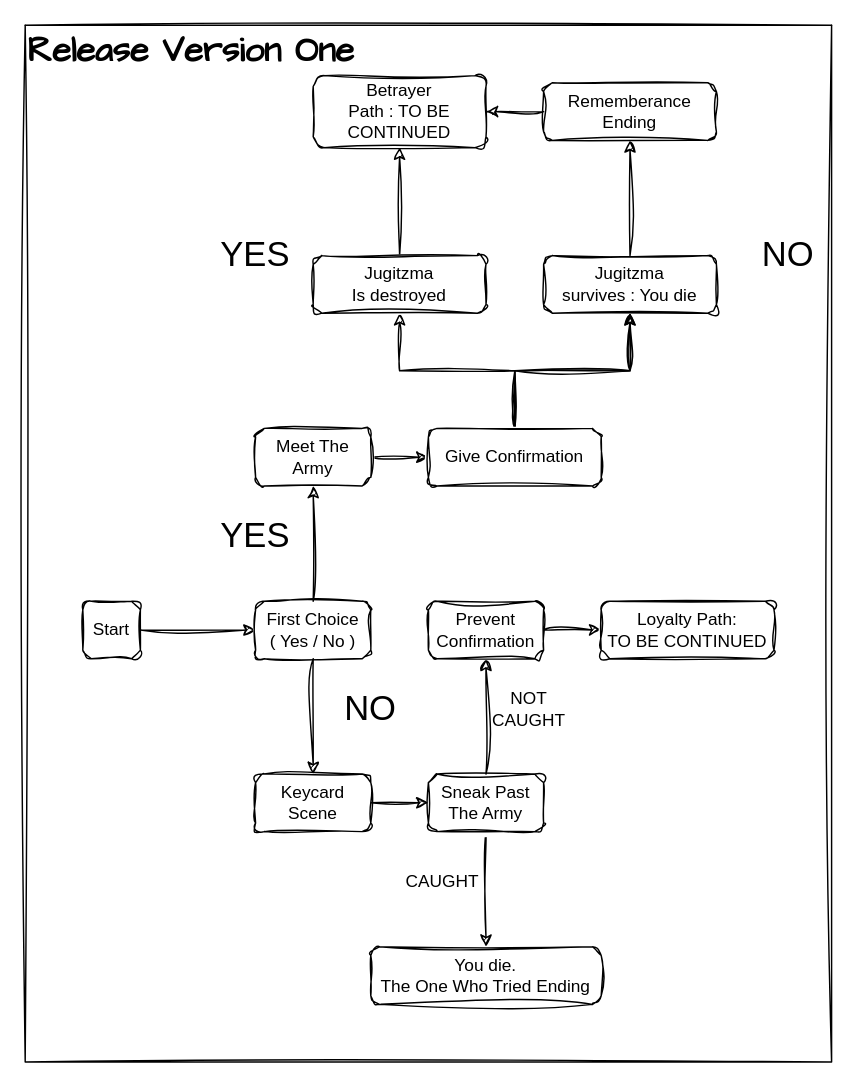
Above: dev/gameplayOutline.drawio in sphis-sinco/fiouth (draw.io), before the change. Source tidied: cells renumbered, new cells numbered last; positions are measured from the earlier drawing's top-left corner, leaving out a move shared by most shapes. Both pictures are drawn from the tidied source at 144%, with x=0, y=0 at pixel (24, 24).
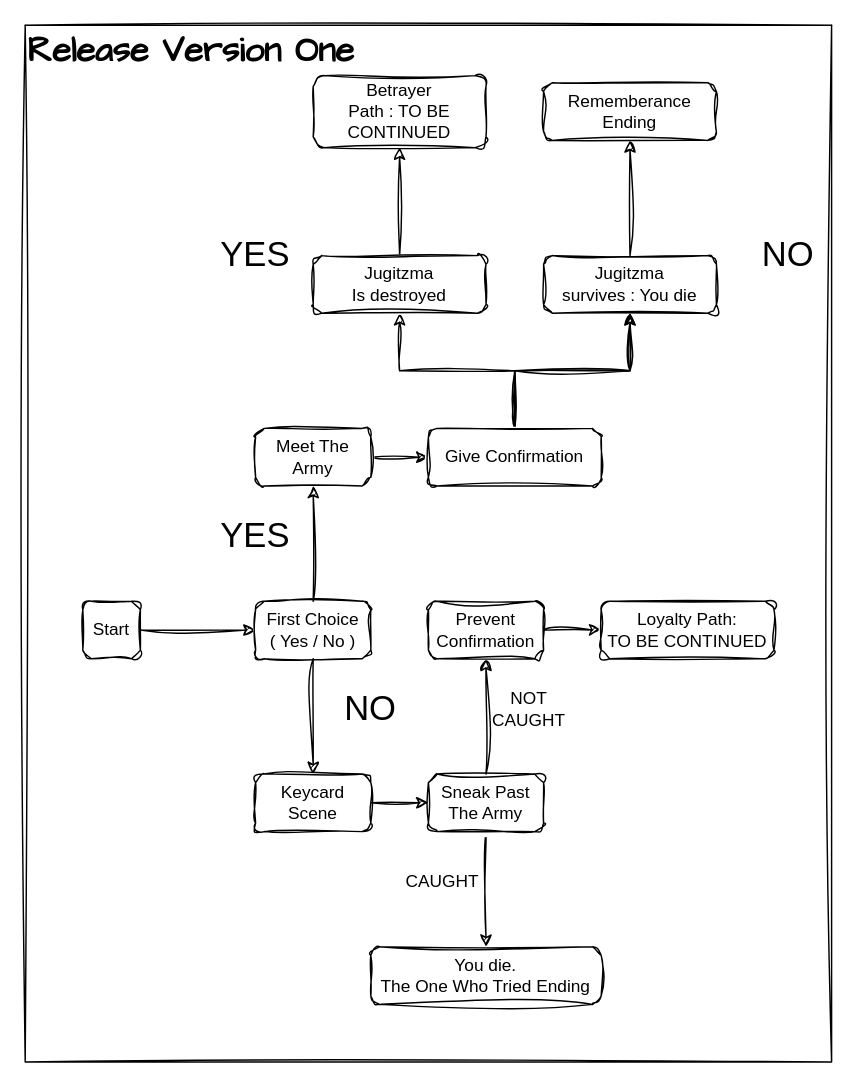
The same page after the edit.

The change refers to these unchanged cells:
```xml
<mxCell id="2" style="group;" parent="1" vertex="1">
  <mxGeometry width="560" height="720" as="geometry" />
</mxCell>
<mxCell id="24" value="&lt;div&gt;Betrayer&lt;/div&gt;Path : TO BE CONTINUED" style="whiteSpace=wrap;html=1;rounded=1;labelBackgroundColor=none;sketch=1;curveFitting=1;jiggle=2;" parent="2" vertex="1">
  <mxGeometry x="200" y="35" width="120" height="50" as="geometry" />
</mxCell>
<mxCell id="26" value="&lt;div&gt;Rememberance&lt;/div&gt;Ending" style="whiteSpace=wrap;html=1;rounded=1;labelBackgroundColor=none;sketch=1;curveFitting=1;jiggle=2;" parent="2" vertex="1">
  <mxGeometry x="360" y="40" width="120" height="40" as="geometry" />
</mxCell>
```

The edit, as a diff of the source:
```diff
@@
-    <mxCell id="25" style="edgeStyle=orthogonalEdgeStyle;rounded=0;sketch=1;hachureGap=4;jiggle=2;curveFitting=1;jettySize=auto;html=1;fontFamily=Architects Daughter;" parent="2" edge="1" source="26" target="24">
-      <mxGeometry relative="1" as="geometry" />
-    </mxCell>
```
